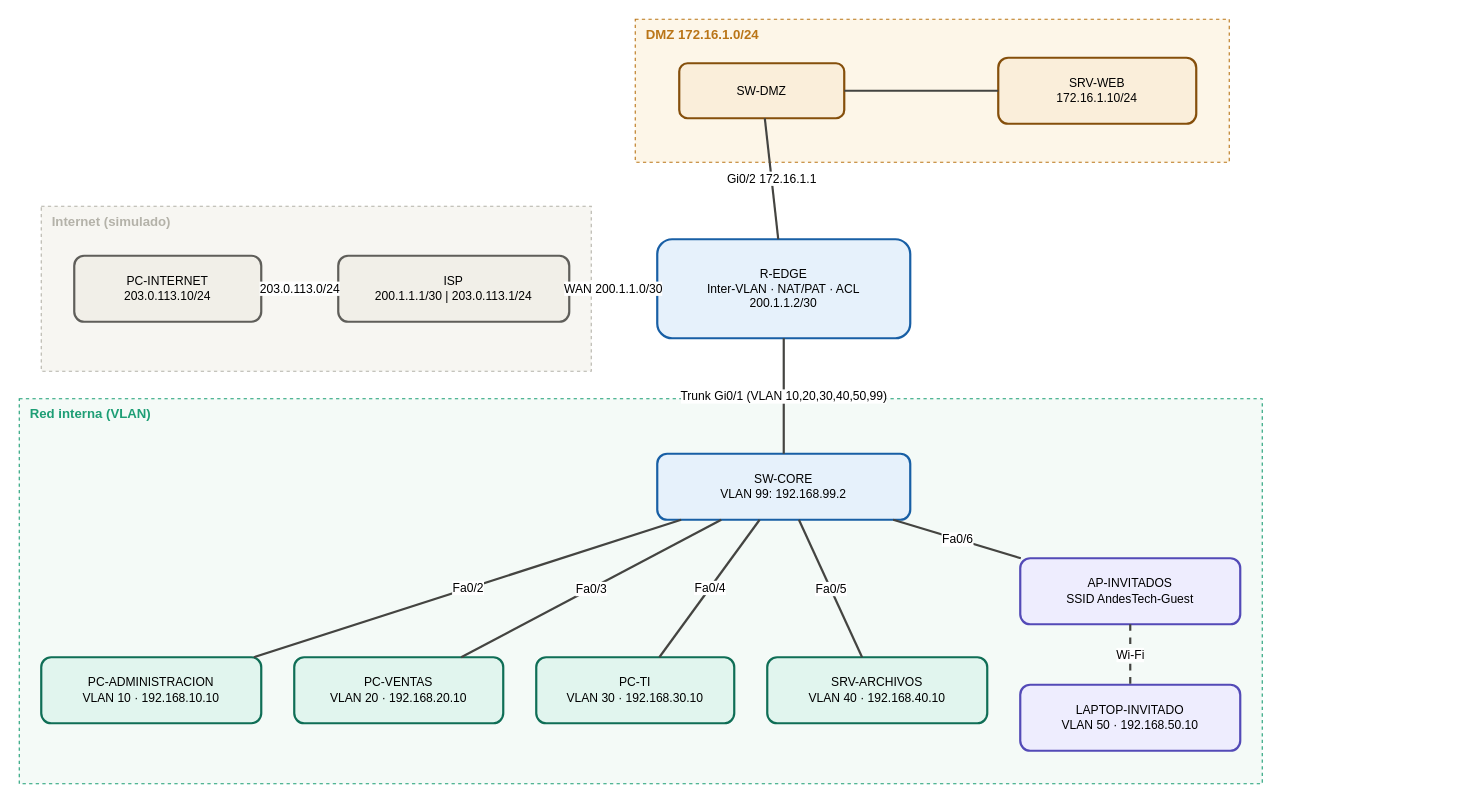
The draw.io diagram diagrams/topology.drawio in Leona4do/secure-sme-network-design, before the edit. Source tidied: cells renumbered, new cells numbered last; positions are measured from the earlier drawing's top-left corner, leaving out a move shared by most shapes. Both pictures are drawn from the tidied source at 110%, with x=0, y=0 at pixel (19, 19).
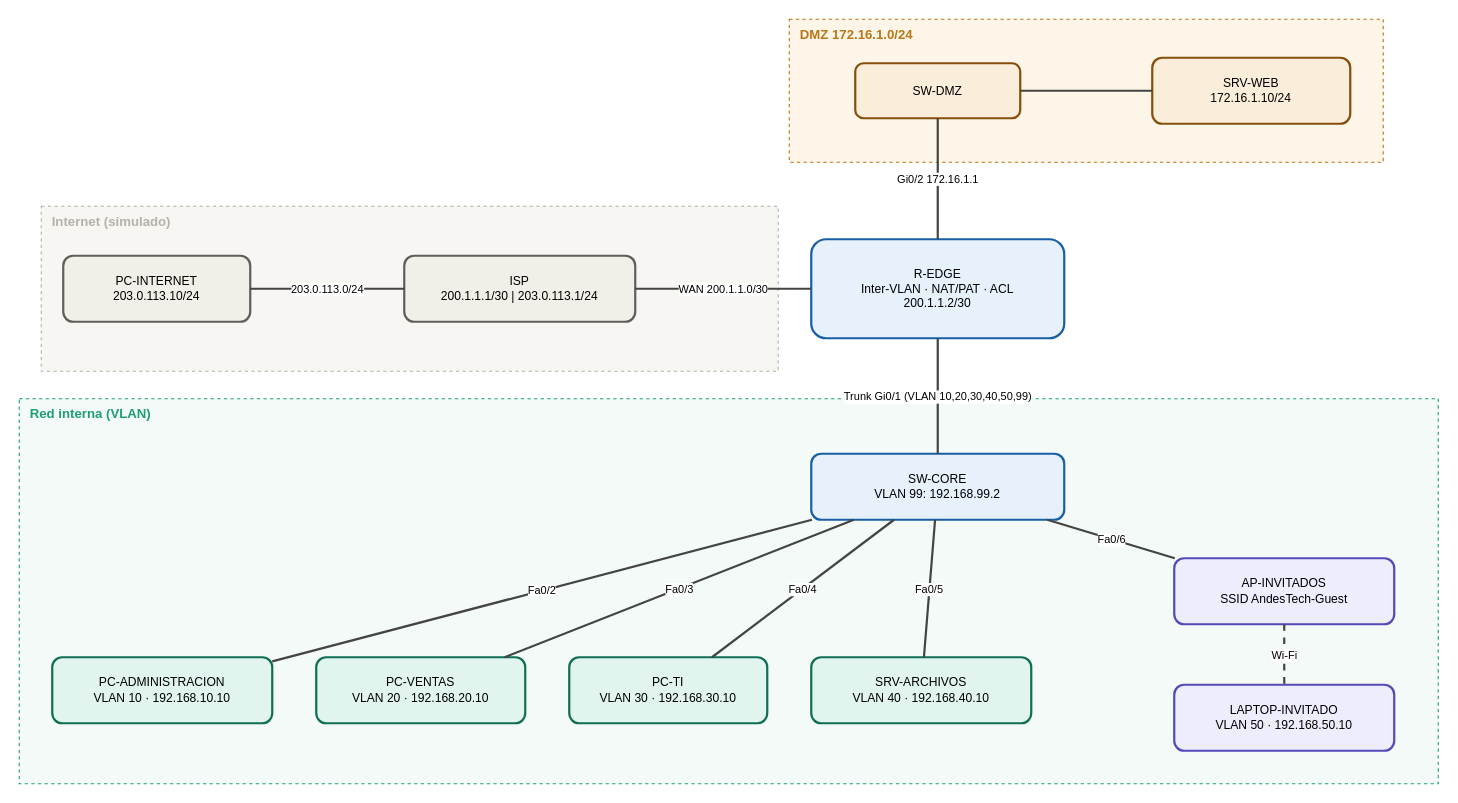
The same page after the edit.

Commit message:
Adjust diagram dimensions and element positions

Updated diagram dimensions and adjusted element positions in topology.drawio.

The edit, as a diff of the source:
```diff
@@
     <mxCell id="2" value="Internet (simulado)" style="rounded=0;whiteSpace=wrap;html=1;dashed=1;fillColor=#f7f6f2;strokeColor=#b4b2a9;verticalAlign=top;align=left;spacingLeft=8;fontStyle=1;fontColor=#b4b2a9;" parent="1" vertex="1">
-      <mxGeometry x="20" y="170" width="500" height="150" as="geometry" />
+      <mxGeometry x="20" y="170" width="670" height="150" as="geometry" />
     </mxCell>
     <mxCell id="3" value="DMZ 172.16.1.0/24" style="rounded=0;whiteSpace=wrap;html=1;dashed=1;fillColor=#fdf6e8;strokeColor=#ba7517;verticalAlign=top;align=left;spacingLeft=8;fontStyle=1;fontColor=#ba7517;" parent="1" vertex="1">
-      <mxGeometry x="560" width="540" height="130" as="geometry" />
+      <mxGeometry x="700" width="540" height="130" as="geometry" />
     </mxCell>
     <mxCell id="4" value="Red interna (VLAN)" style="rounded=0;whiteSpace=wrap;html=1;dashed=1;fillColor=#f4faf7;strokeColor=#1d9e75;verticalAlign=top;align=left;spacingLeft=8;fontStyle=1;fontColor=#1d9e75;" parent="1" vertex="1">
-      <mxGeometry y="345" width="1130" height="350" as="geometry" />
+      <mxGeometry y="345" width="1290" height="350" as="geometry" />
     </mxCell>
     <mxCell id="5" value="PC-INTERNET&lt;br&gt;203.0.113.10/24" style="rounded=1;whiteSpace=wrap;html=1;fillColor=#f1efe8;strokeColor=#5f5e5a;strokeWidth=2;fontSize=11;" parent="1" vertex="1">
-      <mxGeometry x="50" y="215" width="170" height="60" as="geometry" />
+      <mxGeometry x="40" y="215" width="170" height="60" as="geometry" />
     </mxCell>
     <mxCell id="6" value="ISP&lt;br&gt;200.1.1.1/30 | 203.0.113.1/24" style="rounded=1;whiteSpace=wrap;html=1;fillColor=#f1efe8;strokeColor=#5f5e5a;strokeWidth=2;fontSize=11;" parent="1" vertex="1">
-      <mxGeometry x="290" y="215" width="210" height="60" as="geometry" />
+      <mxGeometry x="350" y="215" width="210" height="60" as="geometry" />
     </mxCell>
     <mxCell id="7" value="R-EDGE&lt;br&gt;Inter-VLAN · NAT/PAT · ACL&lt;br&gt;200.1.1.2/30" style="rounded=1;whiteSpace=wrap;html=1;fillColor=#e6f1fb;strokeColor=#185fa5;strokeWidth=2;fontSize=11;" parent="1" vertex="1">
-      <mxGeometry x="580" y="200" width="230" height="90" as="geometry" />
+      <mxGeometry x="720" y="200" width="230" height="90" as="geometry" />
     </mxCell>
     <mxCell id="8" value="SW-DMZ" style="rounded=1;whiteSpace=wrap;html=1;fillColor=#faeeda;strokeColor=#854f0b;strokeWidth=2;fontSize=11;" parent="1" vertex="1">
-      <mxGeometry x="600" y="40" width="150" height="50" as="geometry" />
+      <mxGeometry x="760" y="40" width="150" height="50" as="geometry" />
     </mxCell>
     <mxCell id="9" value="SRV-WEB&lt;br&gt;172.16.1.10/24" style="rounded=1;whiteSpace=wrap;html=1;fillColor=#faeeda;strokeColor=#854f0b;strokeWidth=2;fontSize=11;" parent="1" vertex="1">
-      <mxGeometry x="890" y="35" width="180" height="60" as="geometry" />
+      <mxGeometry x="1030" y="35" width="180" height="60" as="geometry" />
     </mxCell>
     <mxCell id="10" value="SW-CORE&lt;br&gt;VLAN 99: 192.168.99.2" style="rounded=1;whiteSpace=wrap;html=1;fillColor=#e6f1fb;strokeColor=#185fa5;strokeWidth=2;fontSize=11;" parent="1" vertex="1">
-      <mxGeometry x="580" y="395" width="230" height="60" as="geometry" />
+      <mxGeometry x="720" y="395" width="230" height="60" as="geometry" />
     </mxCell>
     <mxCell id="11" value="PC-ADMINISTRACION&lt;br&gt;VLAN 10 · 192.168.10.10" style="rounded=1;whiteSpace=wrap;html=1;fillColor=#e1f5ee;strokeColor=#0f6e56;strokeWidth=2;fontSize=11;" parent="1" vertex="1">
-      <mxGeometry x="20" y="580" width="200" height="60" as="geometry" />
+      <mxGeometry x="30" y="580" width="200" height="60" as="geometry" />
     </mxCell>
     <mxCell id="12" value="PC-VENTAS&lt;br&gt;VLAN 20 · 192.168.20.10" style="rounded=1;whiteSpace=wrap;html=1;fillColor=#e1f5ee;strokeColor=#0f6e56;strokeWidth=2;fontSize=11;" parent="1" vertex="1">
-      <mxGeometry x="250" y="580" width="190" height="60" as="geometry" />
+      <mxGeometry x="270" y="580" width="190" height="60" as="geometry" />
     </mxCell>
     <mxCell id="13" value="PC-TI&lt;br&gt;VLAN 30 · 192.168.30.10" style="rounded=1;whiteSpace=wrap;html=1;fillColor=#e1f5ee;strokeColor=#0f6e56;strokeWidth=2;fontSize=11;" parent="1" vertex="1">
-      <mxGeometry x="470" y="580" width="180" height="60" as="geometry" />
+      <mxGeometry x="500" y="580" width="180" height="60" as="geometry" />
     </mxCell>
     <mxCell id="14" value="SRV-ARCHIVOS&lt;br&gt;VLAN 40 · 192.168.40.10" style="rounded=1;whiteSpace=wrap;html=1;fillColor=#e1f5ee;strokeColor=#0f6e56;strokeWidth=2;fontSize=11;" parent="1" vertex="1">
-      <mxGeometry x="680" y="580" width="200" height="60" as="geometry" />
+      <mxGeometry x="720" y="580" width="200" height="60" as="geometry" />
     </mxCell>
     <mxCell id="15" value="AP-INVITADOS&lt;br&gt;SSID AndesTech-Guest" style="rounded=1;whiteSpace=wrap;html=1;fillColor=#eeedfe;strokeColor=#534ab7;strokeWidth=2;fontSize=11;" parent="1" vertex="1">
-      <mxGeometry x="910" y="490" width="200" height="60" as="geometry" />
+      <mxGeometry x="1050" y="490" width="200" height="60" as="geometry" />
     </mxCell>
     <mxCell id="16" value="LAPTOP-INVITADO&lt;br&gt;VLAN 50 · 192.168.50.10" style="rounded=1;whiteSpace=wrap;html=1;fillColor=#eeedfe;strokeColor=#534ab7;strokeWidth=2;fontSize=11;" parent="1" vertex="1">
-      <mxGeometry x="910" y="605" width="200" height="60" as="geometry" />
+      <mxGeometry x="1050" y="605" width="200" height="60" as="geometry" />
     </mxCell>
-    <mxCell id="17" value="203.0.113.0/24" style="endArrow=none;html=1;strokeWidth=2;strokeColor=#444441;" parent="1" edge="1" source="5" target="6">
+    <mxCell id="17" value="203.0.113.0/24" style="endArrow=none;html=1;strokeWidth=2;strokeColor=#444441;labelBackgroundColor=default;fontSize=10;" parent="1" edge="1" source="5" target="6">
       <mxGeometry relative="1" as="geometry" />
     </mxCell>
-    <mxCell id="18" value="WAN 200.1.1.0/30" style="endArrow=none;html=1;strokeWidth=2;strokeColor=#444441;" parent="1" edge="1" source="6" target="7">
+    <mxCell id="18" value="WAN 200.1.1.0/30" style="endArrow=none;html=1;strokeWidth=2;strokeColor=#444441;labelBackgroundColor=default;fontSize=10;" parent="1" edge="1" source="6" target="7">
       <mxGeometry relative="1" as="geometry" />
     </mxCell>
-    <mxCell id="19" value="Gi0/2 172.16.1.1" style="endArrow=none;html=1;strokeWidth=2;strokeColor=#444441;" parent="1" edge="1" source="7" target="8">
+    <mxCell id="19" value="Gi0/2 172.16.1.1" style="endArrow=none;html=1;strokeWidth=2;strokeColor=#444441;labelBackgroundColor=default;fontSize=10;" parent="1" edge="1" source="7" target="8">
       <mxGeometry relative="1" as="geometry" />
     </mxCell>
-    <mxCell id="20" style="endArrow=none;html=1;strokeWidth=2;strokeColor=#444441;" parent="1" edge="1" source="8" target="9">
+    <mxCell id="20" style="endArrow=none;html=1;strokeWidth=2;strokeColor=#444441;labelBackgroundColor=default;fontSize=10;" parent="1" edge="1" source="8" target="9">
       <mxGeometry relative="1" as="geometry" />
     </mxCell>
-    <mxCell id="21" value="Trunk Gi0/1 (VLAN 10,20,30,40,50,99)" style="endArrow=none;html=1;strokeWidth=2;strokeColor=#444441;" parent="1" edge="1" source="7" target="10">
+    <mxCell id="21" value="Trunk Gi0/1 (VLAN 10,20,30,40,50,99)" style="endArrow=none;html=1;strokeWidth=2;strokeColor=#444441;labelBackgroundColor=default;fontSize=10;" parent="1" edge="1" source="7" target="10">
       <mxGeometry relative="1" as="geometry" />
     </mxCell>
-    <mxCell id="22" value="Fa0/2" style="endArrow=none;html=1;strokeWidth=2;strokeColor=#444441;" parent="1" edge="1" source="10" target="11">
+    <mxCell id="22" value="Fa0/2" style="endArrow=none;html=1;strokeWidth=2;strokeColor=#444441;labelBackgroundColor=default;fontSize=10;" parent="1" edge="1" source="10" target="11">
       <mxGeometry relative="1" as="geometry" />
     </mxCell>
-    <mxCell id="23" value="Fa0/3" style="endArrow=none;html=1;strokeWidth=2;strokeColor=#444441;" parent="1" edge="1" source="10" target="12">
+    <mxCell id="23" value="Fa0/3" style="endArrow=none;html=1;strokeWidth=2;strokeColor=#444441;labelBackgroundColor=default;fontSize=10;" parent="1" edge="1" source="10" target="12">
       <mxGeometry relative="1" as="geometry" />
     </mxCell>
-    <mxCell id="24" value="Fa0/4" style="endArrow=none;html=1;strokeWidth=2;strokeColor=#444441;" parent="1" edge="1" source="10" target="13">
+    <mxCell id="24" value="Fa0/4" style="endArrow=none;html=1;strokeWidth=2;strokeColor=#444441;labelBackgroundColor=default;fontSize=10;" parent="1" edge="1" source="10" target="13">
       <mxGeometry relative="1" as="geometry" />
     </mxCell>
-    <mxCell id="25" value="Fa0/5" style="endArrow=none;html=1;strokeWidth=2;strokeColor=#444441;" parent="1" edge="1" source="10" target="14">
+    <mxCell id="25" value="Fa0/5" style="endArrow=none;html=1;strokeWidth=2;strokeColor=#444441;labelBackgroundColor=default;fontSize=10;" parent="1" edge="1" source="10" target="14">
       <mxGeometry relative="1" as="geometry" />
     </mxCell>
-    <mxCell id="26" value="Fa0/6" style="endArrow=none;html=1;strokeWidth=2;strokeColor=#444441;" parent="1" edge="1" source="10" target="15">
+    <mxCell id="26" value="Fa0/6" style="endArrow=none;html=1;strokeWidth=2;strokeColor=#444441;labelBackgroundColor=default;fontSize=10;" parent="1" edge="1" source="10" target="15">
       <mxGeometry relative="1" as="geometry" />
     </mxCell>
-    <mxCell id="27" value="Wi-Fi" style="endArrow=none;html=1;strokeWidth=2;strokeColor=#444441;dashed=1;" parent="1" edge="1" source="15" target="16">
+    <mxCell id="27" value="Wi-Fi" style="endArrow=none;html=1;strokeWidth=2;strokeColor=#444441;labelBackgroundColor=default;fontSize=10;dashed=1;" parent="1" edge="1" source="15" target="16">
       <mxGeometry relative="1" as="geometry" />
     </mxCell>
```
